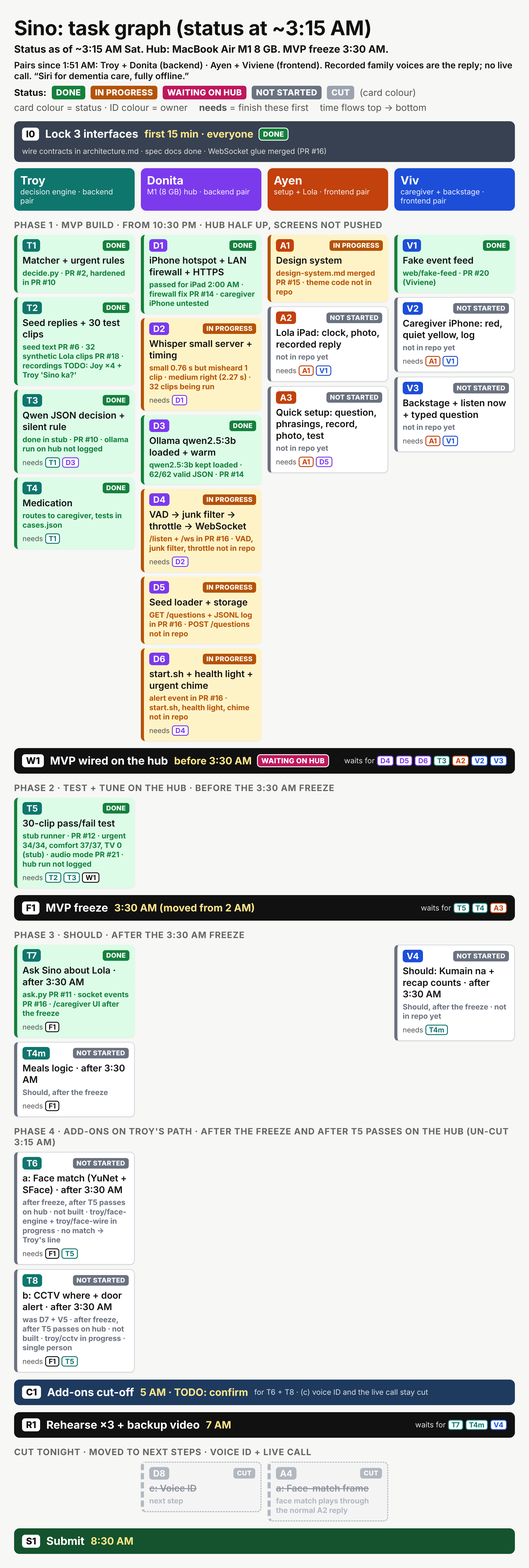
Troy-LL/appsolutely keeps this Mermaid diagram as docs/sino/task-graph.png. Above is the earlier version. Its source is kept beside it as docs/sino/task-graph.mmd. The source it was exported from:
```mermaid
flowchart TD
  I0[I0 Lock 3 interfaces · 15 min · all<br/>✓ done: wire contracts in architecture.md]

  subgraph Backend["Backend pair · Troy + Donita"]
    subgraph Troy["Troy · decision engine"]
      T1[T1 Matcher + urgent rules<br/>✓ decide.py · PR #2, hardened PR #10]
      T2[T2 Seed replies + 30 test clips<br/>✓ text PR #6 · 32 synthetic Lola clips PR #18<br/>recordings TODO: Joy ×4 + Sino ka?]
      T3[T3 Qwen JSON decision + silent rule<br/>✓ done in stub · PR #10 · ollama run on hub not logged]
      T4[T4 Medication<br/>✓ routes to caregiver, tests in cases.json]
      T5[T5 30-clip pass/fail test<br/>✓ stub runner PR #12 · audio mode PR #21 · hub run not logged]
      T7[T7 Ask Sino about Lola · after 3:30 AM<br/>✓ ask.py PR #11 · socket events PR #16 · /caregiver UI left]
      T4m[Meals logic · after 3:30 AM]
      T6[T6 Face match: YuNet + SFace · after freeze<br/>todo · after T5 passes on hub · troy/face-engine, troy/face-wire]
      T8[T8 CCTV where + door alert · after freeze<br/>todo · was D7/V5 · after T5 passes on hub · troy/cctv]
    end
    subgraph Donita["Donita · M1 (8 GB) hub"]
      D1[D1 iPhone hotspot + LAN firewall + HTTPS<br/>✓ passed for iPad 2:00 AM · PR #14 · caregiver iPhone untested]
      D2[D2 Whisper small server + timing<br/>small 0.76 s but misheard 1 clip · medium right · 32 clips running]
      D3[D3 Ollama qwen2.5:3b loaded + warm<br/>✓ kept loaded · 62/62 valid JSON · PR #14]
      D4[D4 VAD → junk filter → throttle → WebSocket<br/>/listen + /ws in PR #16 · VAD, filter, throttle not in repo]
      D5[D5 Seed loader + storage<br/>GET /questions + JSONL log in PR #16 · POST /questions not in repo]
      D6[D6 start.sh + health light + urgent chime<br/>alert event in PR #16 · start.sh + chime not in repo]
      D8[D8 c: Voice ID<br/>cut]
    end
  end
  subgraph Frontend["Frontend pair · Ayen + Viviene"]
    subgraph Ayen["Ayen · setup + Lola screen"]
      A1[A1 Design system<br/>spec merged PR #15 · theme code not in repo]
      A2[A2 Lola iPad: clock, photo, recorded reply<br/>not started in repo]
      A3[A3 Quick setup: question, phrasings, record, photo, test<br/>not started in repo]
      A4[A4 a: Face-match frame<br/>cut · face match plays via A2]
    end
    subgraph Viv["Viviene · caregiver + backstage"]
      V1[V1 Fake event feed<br/>✓ web/fake-feed · PR #20]
      V2[V2 Caregiver iPhone: red, quiet yellow, log<br/>not started in repo]
      V3[V3 Backstage + listen now + typed question<br/>not started in repo]
      V4[V4 Should: Kumain na + recap counts · after 3:30 AM<br/>not started in repo]
    end
  end
  subgraph Legend["Status as of ~3:15 AM Sat"]
    L1[Done]
    L2[In progress]
    L3[Waiting on hub]
    L4[Not started]
    L5[Cut]
  end

  I0 --> T1 & D4 & D5 & V1
  T1 --> T3 --> T5
  T1 --> T4
  T2 --> T5
  D3 --> T3
  D1 --> D2 --> D4 --> D6
  A1 --> A2 & A3 & V2 & V3
  V1 --> A2 & V2 & V3
  D5 --> A3
  D4 & D5 & D6 & T3 & A2 & V2 & V3 --> W[W1 MVP wired on the hub · before 3:30 AM<br/>server glue PR #16 · mic path + screens missing]
  W --> T5 --> F[F1 MVP freeze · 3:30 AM<br/>moved from 2 AM]
  T4 & A3 --> F
  F --> T7 & T4m & T6 & T8
  T5 --> T6 & T8
  T4m --> V4
  T7 & V4 --> R[R1 Rehearse ×3 + backup video · 7 AM]
  C[C1 Add-ons cut-off · 5 AM<br/>TODO: confirm for T6 + T8]
  F -.-> C
  R --> S[S1 Submit · 8:30 AM]

  classDef done fill:#dcfce7,stroke:#15803d,stroke-width:2px,color:#111
  classDef doing fill:#fef3c7,stroke:#b45309,stroke-width:2px,color:#111
  classDef hub fill:#fce7f3,stroke:#be185d,stroke-width:2px,color:#111
  classDef todo fill:#ffffff,stroke:#6b7280,color:#111
  classDef cut fill:#f3f4f6,stroke:#9ca3af,stroke-dasharray:5 5,color:#6b7280
  class I0,T1,T2,T3,T4,T5,T7,D1,D3,V1,L1 done
  class D2,D4,D5,D6,A1,L2 doing
  class W,L3 hub
  class T4m,T6,T8,C,A2,A3,V2,V3,V4,F,R,S,L4 todo
  class A4,D8,L5 cut
```
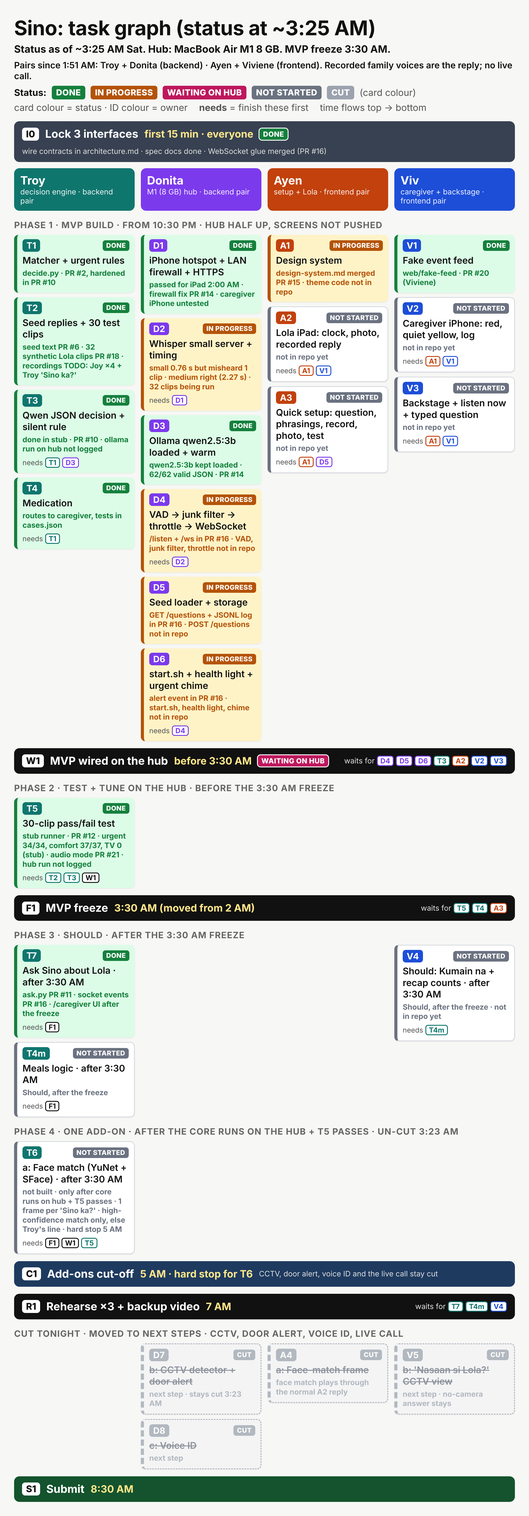
The same file after the commit.

What changed in the source:
```diff
@@ -10,8 +10,7 @@
       T5[T5 30-clip pass/fail test<br/>✓ stub runner PR #12 · audio mode PR #21 · hub run not logged]
       T7[T7 Ask Sino about Lola · after 3:30 AM<br/>✓ ask.py PR #11 · socket events PR #16 · /caregiver UI left]
       T4m[Meals logic · after 3:30 AM]
-      T6[T6 Face match: YuNet + SFace · after freeze<br/>todo · after T5 passes on hub · troy/face-engine, troy/face-wire]
-      T8[T8 CCTV where + door alert · after freeze<br/>todo · was D7/V5 · after T5 passes on hub · troy/cctv]
+      T6[T6 a: Face match · after freeze<br/>todo · after core on hub + T5 pass · hard stop 5 AM]
     end
     subgraph Donita["Donita · M1 (8 GB) hub"]
       D1[D1 iPhone hotspot + LAN firewall + HTTPS<br/>✓ passed for iPad 2:00 AM · PR #14 · caregiver iPhone untested]
@@ -20,6 +19,7 @@
       D4[D4 VAD → junk filter → throttle → WebSocket<br/>/listen + /ws in PR #16 · VAD, filter, throttle not in repo]
       D5[D5 Seed loader + storage<br/>GET /questions + JSONL log in PR #16 · POST /questions not in repo]
       D6[D6 start.sh + health light + urgent chime<br/>alert event in PR #16 · start.sh + chime not in repo]
+      D7[D7 b: CCTV detector<br/>cut · next step]
       D8[D8 c: Voice ID<br/>cut]
     end
   end
@@ -28,16 +28,17 @@
       A1[A1 Design system<br/>spec merged PR #15 · theme code not in repo]
       A2[A2 Lola iPad: clock, photo, recorded reply<br/>not started in repo]
       A3[A3 Quick setup: question, phrasings, record, photo, test<br/>not started in repo]
-      A4[A4 a: Face-match frame<br/>cut · face match plays via A2]
+      A4[A4 a: Face-match frame<br/>cut · next step]
     end
     subgraph Viv["Viviene · caregiver + backstage"]
       V1[V1 Fake event feed<br/>✓ web/fake-feed · PR #20]
       V2[V2 Caregiver iPhone: red, quiet yellow, log<br/>not started in repo]
       V3[V3 Backstage + listen now + typed question<br/>not started in repo]
       V4[V4 Should: Kumain na + recap counts · after 3:30 AM<br/>not started in repo]
+      V5[V5 b: 'Nasaan si Lola?' CCTV view<br/>cut · next step]
     end
   end
-  subgraph Legend["Status as of ~3:15 AM Sat"]
+  subgraph Legend["Status as of ~3:25 AM Sat"]
     L1[Done]
     L2[In progress]
     L3[Waiting on hub]
@@ -57,11 +58,12 @@
   D4 & D5 & D6 & T3 & A2 & V2 & V3 --> W[W1 MVP wired on the hub · before 3:30 AM<br/>server glue PR #16 · mic path + screens missing]
   W --> T5 --> F[F1 MVP freeze · 3:30 AM<br/>moved from 2 AM]
   T4 & A3 --> F
-  F --> T7 & T4m & T6 & T8
-  T5 --> T6 & T8
+  F --> T7 & T4m & T6
+  T5 --> T6
+  T6 --> C
   T4m --> V4
   T7 & V4 --> R[R1 Rehearse ×3 + backup video · 7 AM]
-  C[C1 Add-ons cut-off · 5 AM<br/>TODO: confirm for T6 + T8]
+  C[C1 Add-ons cut-off · 5 AM<br/>hard stop for T6]
   F -.-> C
   R --> S[S1 Submit · 8:30 AM]
 
@@ -73,5 +75,5 @@
   class I0,T1,T2,T3,T4,T5,T7,D1,D3,V1,L1 done
   class D2,D4,D5,D6,A1,L2 doing
   class W,L3 hub
-  class T4m,T6,T8,C,A2,A3,V2,V3,V4,F,R,S,L4 todo
-  class A4,D8,L5 cut
+  class T4m,T6,C,A2,A3,V2,V3,V4,F,R,S,L4 todo
+  class A4,D7,V5,D8,L5 cut
```
